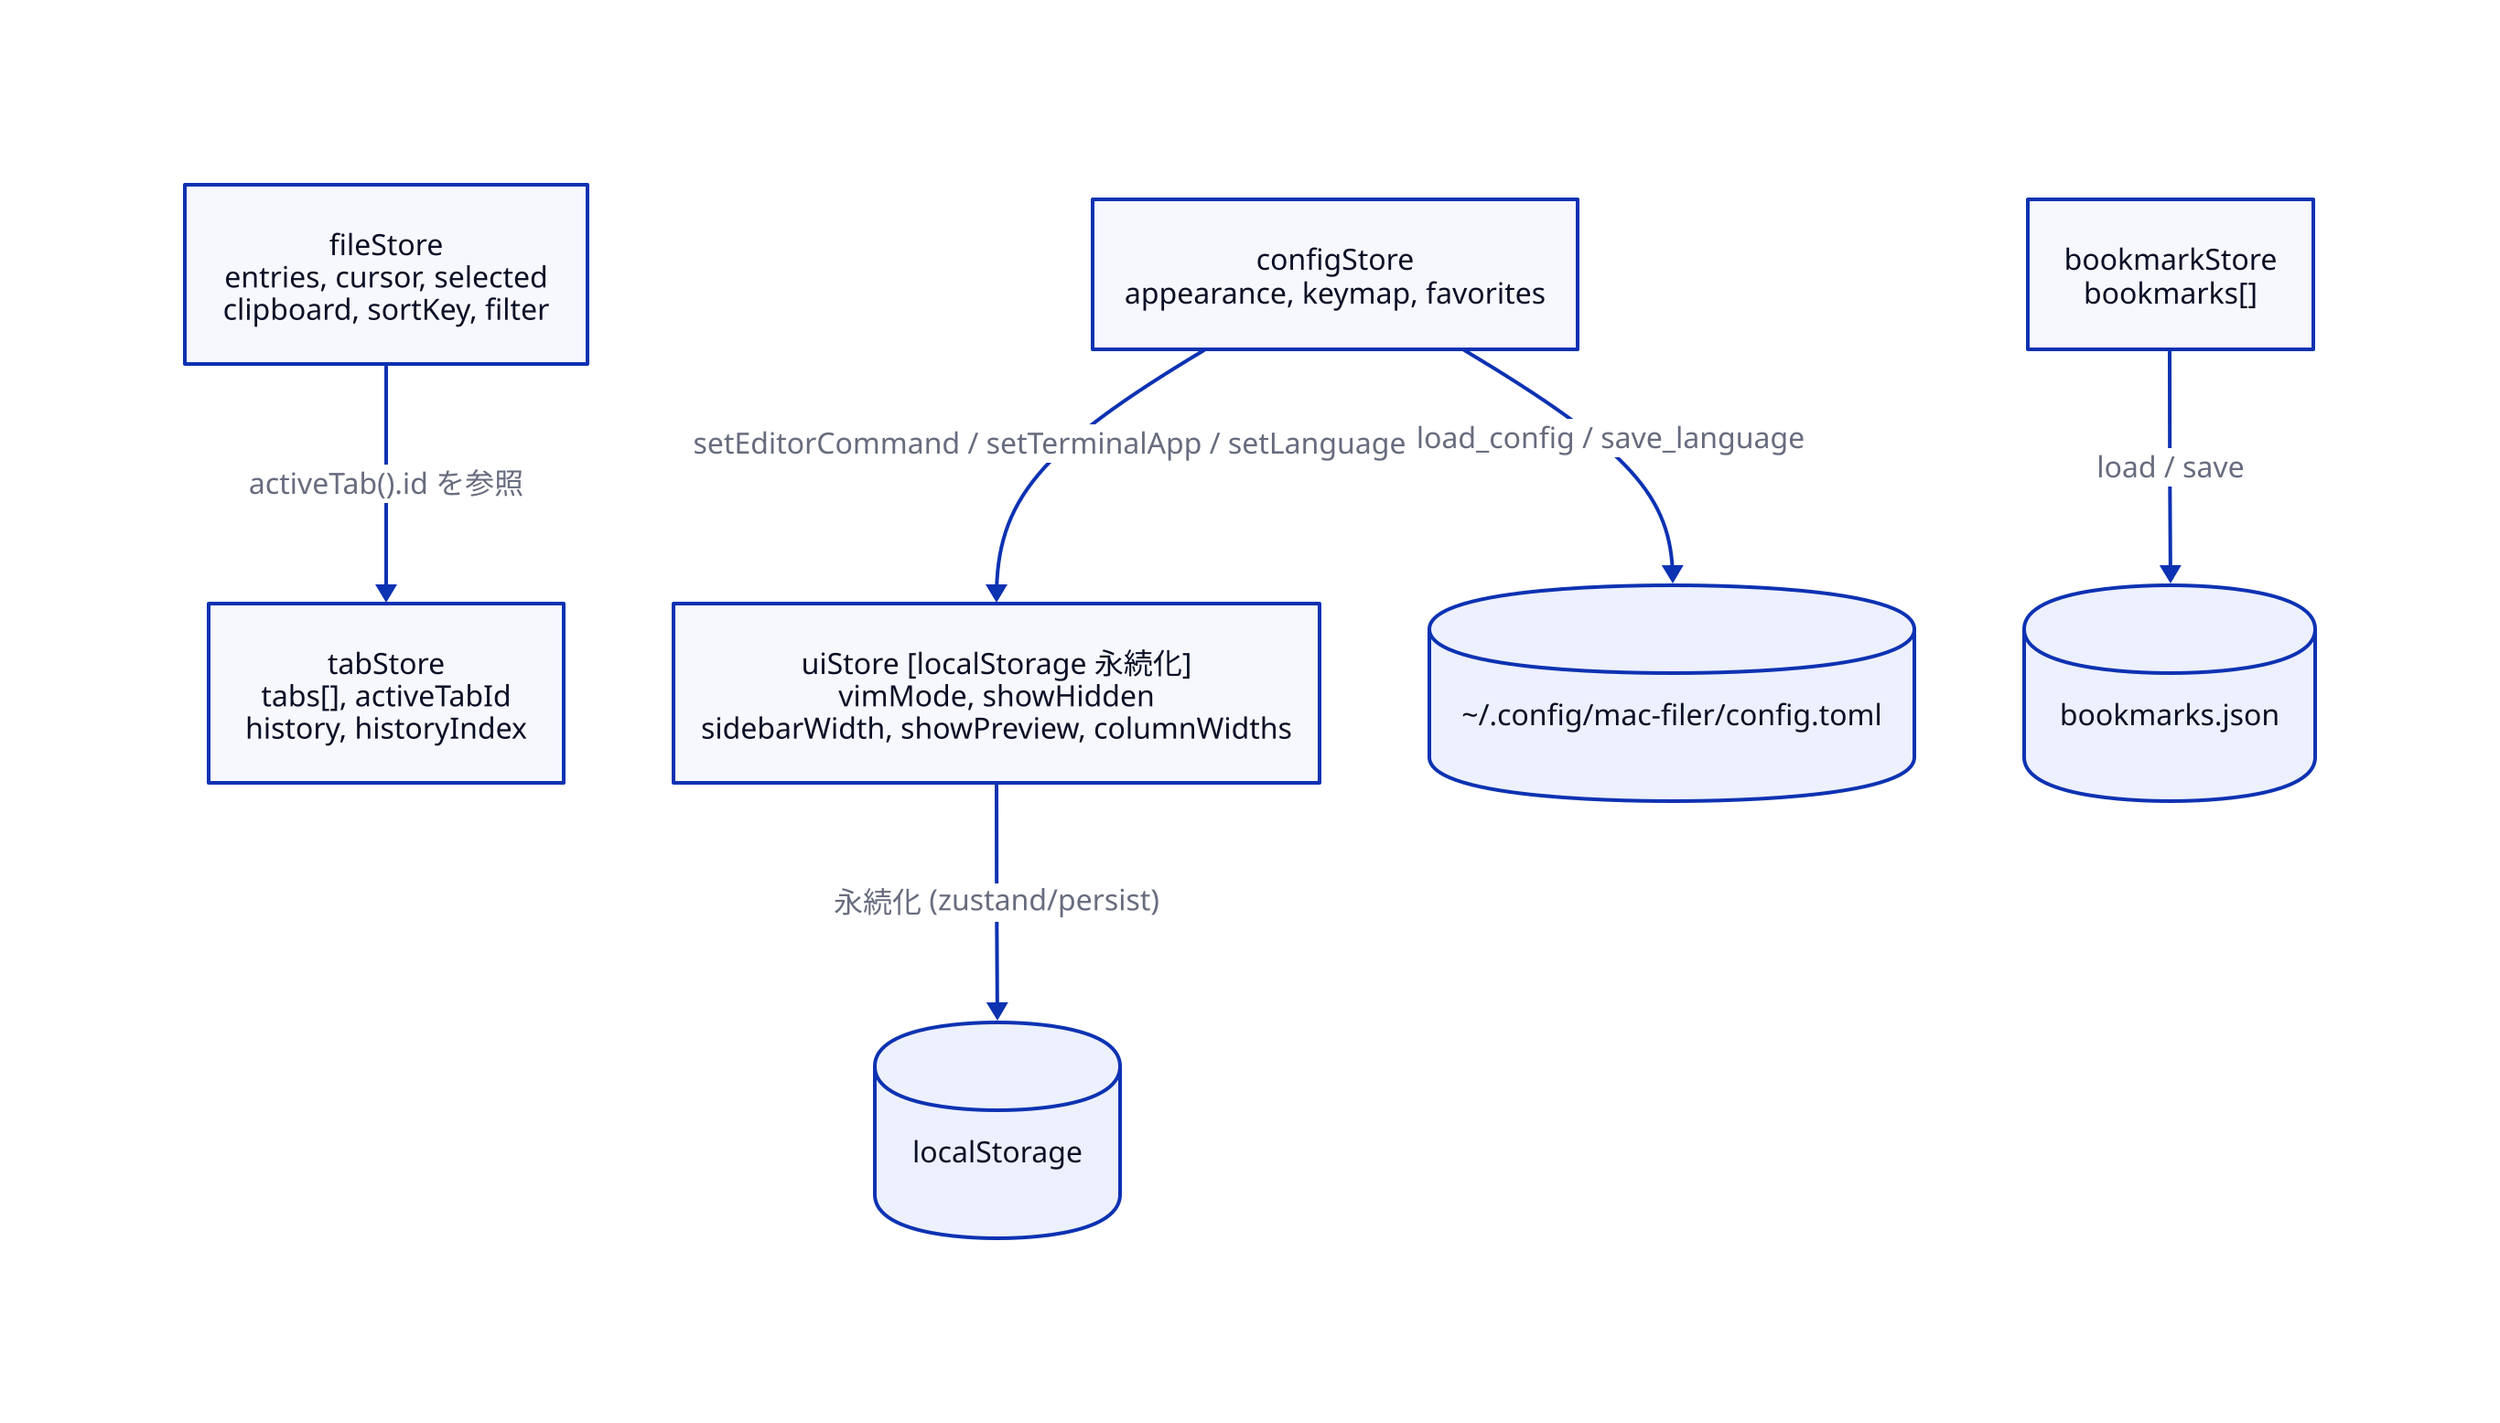
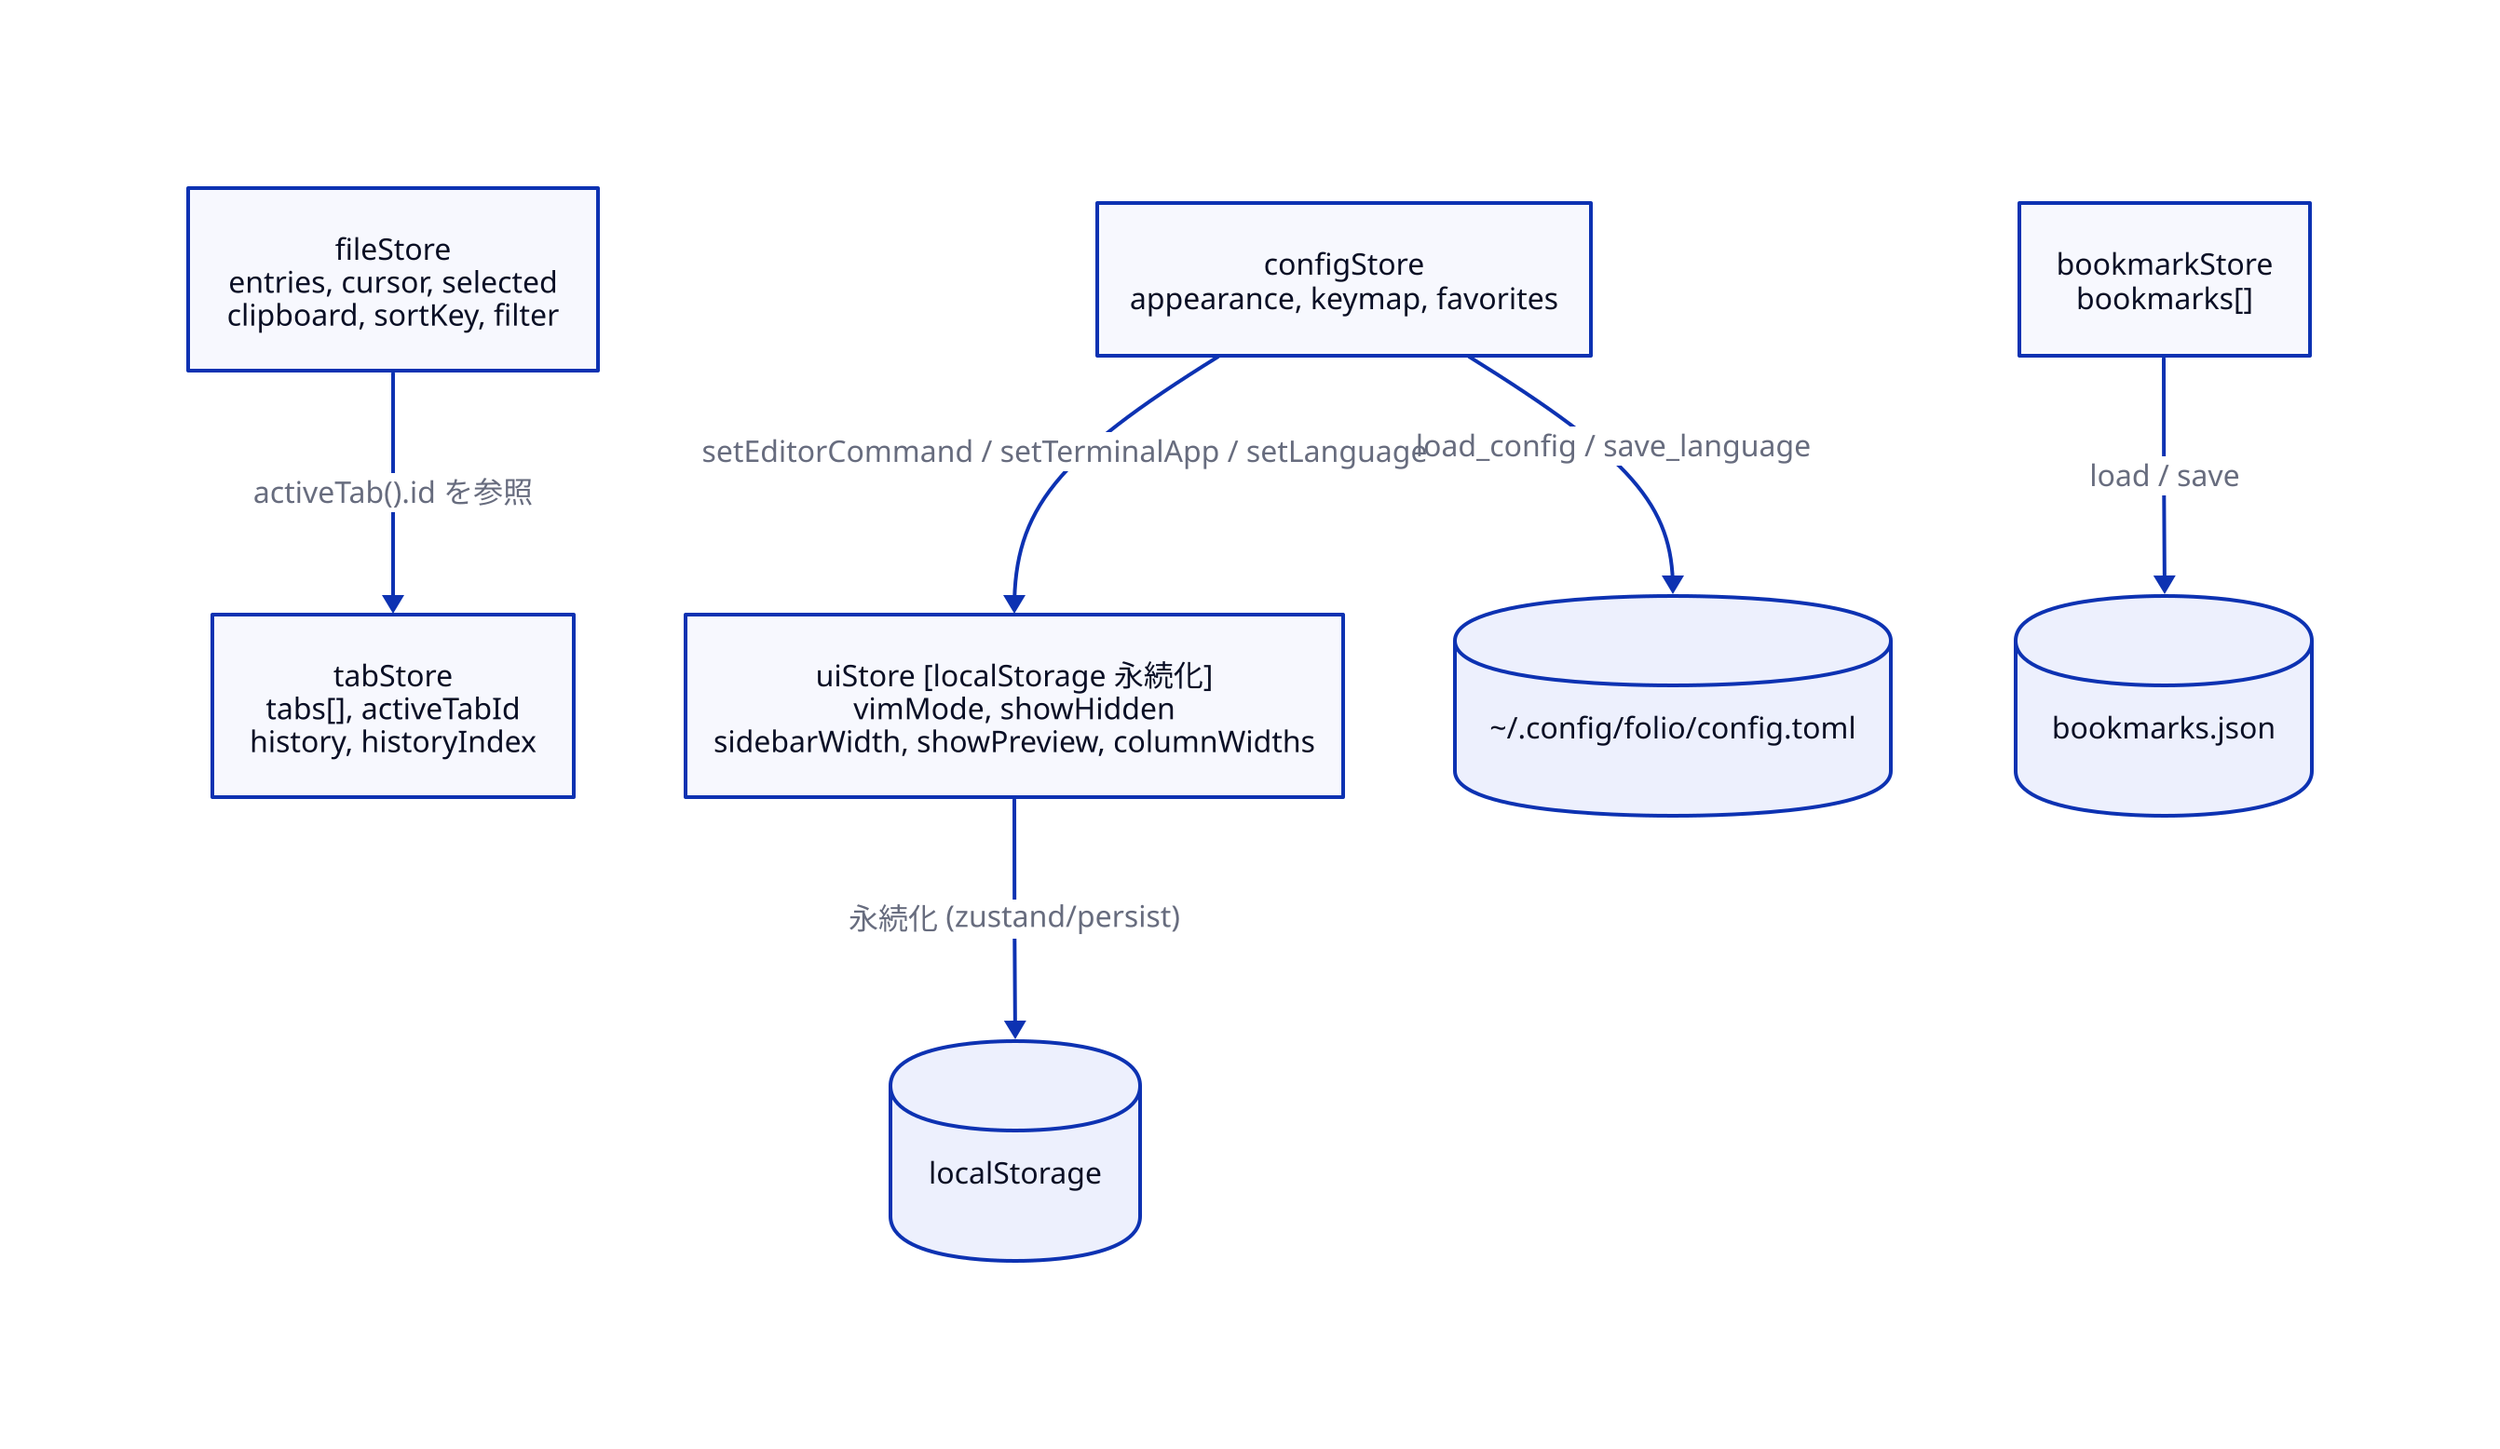
direction: down

tabStore: tabStore {
  shape: rectangle
  label: "tabStore\ntabs[], activeTabId\nhistory, historyIndex"
}

fileStore: fileStore {
  shape: rectangle
  label: "fileStore\nentries, cursor, selected\nclipboard, sortKey, filter"
}

uiStore: uiStore {
  shape: rectangle
  label: "uiStore  [localStorage 永続化]\nvimMode, showHidden\nsidebarWidth, showPreview, columnWidths"
}

configStore: configStore {
  shape: rectangle
  label: "configStore\nappearance, keymap, favorites"
}

bookmarkStore: bookmarkStore {
  shape: rectangle
  label: "bookmarkStore\nbookmarks[]"
}

localStorage: localStorage {
  shape: cylinder
}

- configToml: "~/.config/mac-filer/config.toml" {
+ configToml: "~/.config/folio/config.toml" {
  shape: cylinder
}

bookmarkJson: "bookmarks.json" {
  shape: cylinder
}

fileStore -> tabStore: activeTab().id を参照
configStore -> uiStore: setEditorCommand / setTerminalApp / setLanguage
uiStore -> localStorage: 永続化 (zustand/persist)
configStore -> configToml: load_config / save_language
bookmarkStore -> bookmarkJson: load / save
